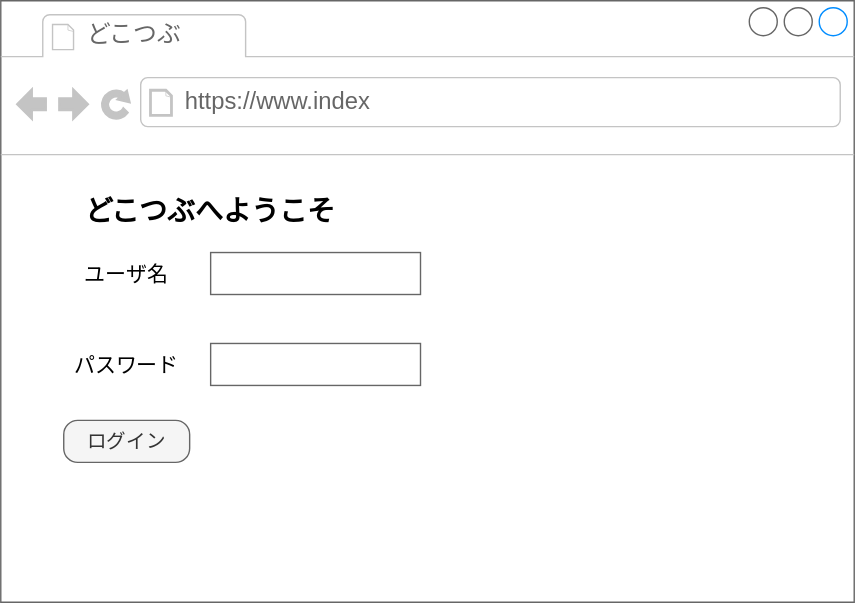
Before: display_layout.drawio.svg, a diagram exported from draw.io (ryosuke424/SoftwareEngineering). Source tidied: cells renumbered, new cells last; positions are measured from the earlier drawing's top-left corner, leaving out a move shared by most shapes.
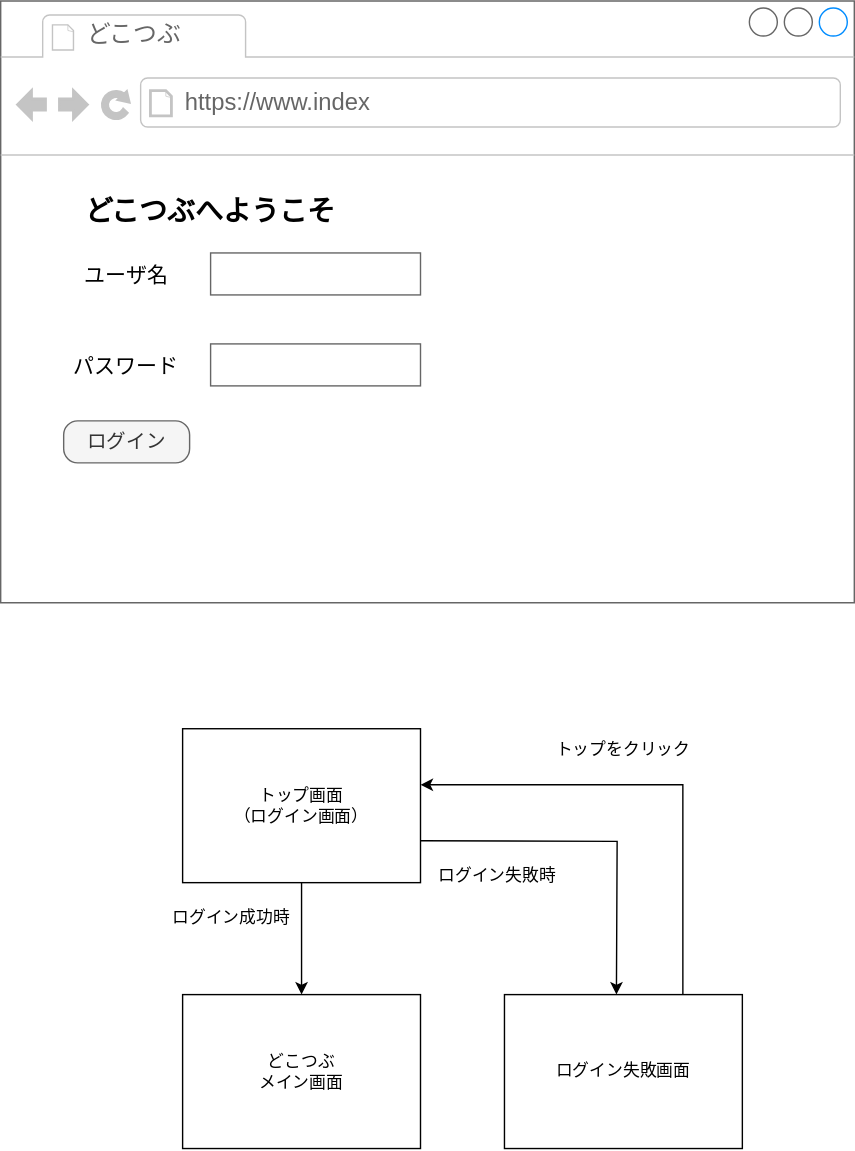
After the change.

Commit message:
display_layout.drawio.svg を更新します

Diff of the diagram source:
```diff
@@ -29,5 +29,35 @@
     <mxCell id="10" value="&lt;font size=&quot;1&quot; style=&quot;&quot;&gt;&lt;b style=&quot;font-size: 20px;&quot;&gt;どこつぶへようこそ&lt;/b&gt;&lt;/font&gt;" style="text;html=1;align=center;verticalAlign=middle;whiteSpace=wrap;rounded=0;" parent="2" vertex="1">
       <mxGeometry x="40" y="130" width="220" height="40" as="geometry" />
     </mxCell>
+    <mxCell id="11" style="edgeStyle=orthogonalEdgeStyle;rounded=0;jettySize=auto;html=1;entryX=0.5;entryY=0;entryDx=0;entryDy=0;" parent="1" edge="1" source="12" target="13">
+      <mxGeometry relative="1" as="geometry" />
+    </mxCell>
+    <mxCell id="12" value="トップ画面&lt;div&gt;（ログイン画面）&lt;/div&gt;" style="rounded=0;whiteSpace=wrap;html=1;" parent="1" vertex="1">
+      <mxGeometry x="130" y="520" width="170" height="110" as="geometry" />
+    </mxCell>
+    <mxCell id="13" value="どこつぶ&lt;div&gt;メイン画面&lt;/div&gt;" style="rounded=0;whiteSpace=wrap;html=1;" parent="1" vertex="1">
+      <mxGeometry x="130" y="710" width="170" height="110" as="geometry" />
+    </mxCell>
+    <mxCell id="14" value="ログイン失敗画面" style="rounded=0;whiteSpace=wrap;html=1;" parent="1" vertex="1">
+      <mxGeometry x="360" y="710" width="170" height="110" as="geometry" />
+    </mxCell>
+    <mxCell id="15" style="edgeStyle=orthogonalEdgeStyle;rounded=0;orthogonalLoop=1;jettySize=auto;html=1;" parent="1" edge="1">
+      <mxGeometry relative="1" as="geometry">
+        <mxPoint x="300" y="600" as="sourcePoint" />
+        <mxPoint x="440" y="710" as="targetPoint" />
+      </mxGeometry>
+    </mxCell>
+    <mxCell id="16" value="ログイン失敗時" style="text;html=1;align=center;verticalAlign=middle;whiteSpace=wrap;rounded=0;" parent="1" vertex="1">
+      <mxGeometry x="310" y="610" width="90" height="30" as="geometry" />
+    </mxCell>
+    <mxCell id="17" value="ログイン成功時" style="text;html=1;align=center;verticalAlign=middle;whiteSpace=wrap;rounded=0;" parent="1" vertex="1">
+      <mxGeometry x="120" y="640" width="90" height="30" as="geometry" />
+    </mxCell>
+    <mxCell id="18" style="edgeStyle=orthogonalEdgeStyle;rounded=0;jettySize=auto;html=1;exitX=0.75;exitY=0;exitDx=0;exitDy=0;entryX=1;entryY=0.364;entryDx=0;entryDy=0;entryPerimeter=0;" parent="1" edge="1" source="14" target="12">
+      <mxGeometry relative="1" as="geometry" />
+    </mxCell>
+    <mxCell id="19" value="トップをクリック" style="text;html=1;align=center;verticalAlign=middle;whiteSpace=wrap;rounded=0;" parent="1" vertex="1">
+      <mxGeometry x="395" y="520" width="100" height="30" as="geometry" />
+    </mxCell>
   </root>
 </mxGraphModel>
```
